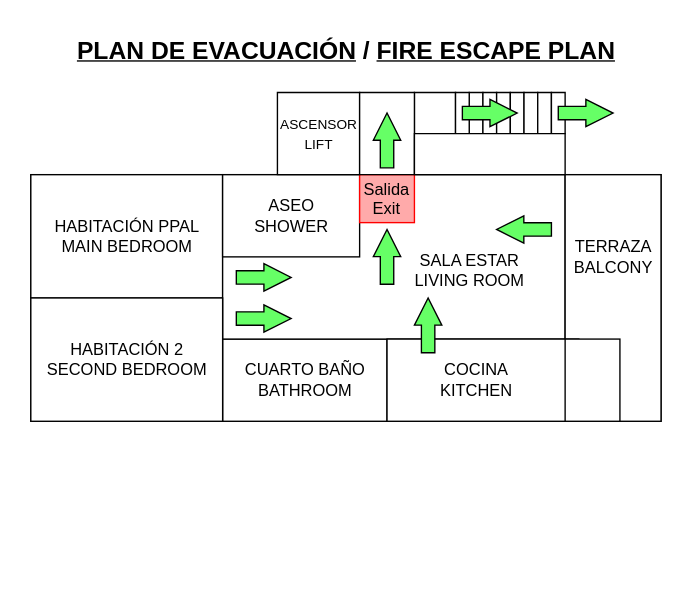
Earlier version of the draw.io diagram plano_emergencia_valido.drawio (KikeMarchuet/Ficheros_Draw.IO). Source tidied: cells renumbered, new cells numbered last; positions are measured from the earlier drawing's top-left corner, leaving out a move shared by most shapes. Both pictures are drawn from the tidied source at 137%, with x=0, y=0 at pixel (30, 23).
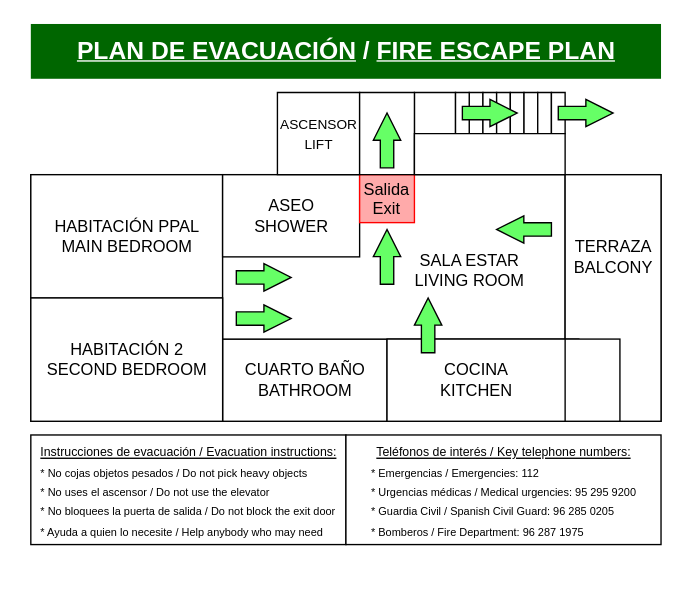
After the change.

Change to the diagram source:
```diff
@@
-    <mxCell id="40" value="&lt;b&gt;&lt;font style=&quot;font-size: 18px;&quot;&gt;&lt;u&gt;PLAN DE EVACUACIÓN&lt;/u&gt; /&amp;nbsp;&lt;/font&gt;&lt;span style=&quot;font-size: 18px;&quot;&gt;&lt;u&gt;FIRE ESCAPE PLAN&lt;/u&gt;&lt;/span&gt;&lt;/b&gt;" style="text;html=1;align=center;verticalAlign=middle;strokeColor=none;fillColor=none;" parent="1" vertex="1">
-      <mxGeometry x="20" width="420" height="40" as="geometry" />
+    <mxCell id="40" value="&lt;b&gt;&lt;font style=&quot;font-size: 18px;&quot;&gt;&amp;nbsp; &amp;nbsp; &lt;span style=&quot;color: rgb(255, 255, 255);&quot;&gt;&lt;u&gt;PLAN DE EVACUACIÓN&lt;/u&gt; /&amp;nbsp;&lt;/span&gt;&lt;/font&gt;&lt;/b&gt;&lt;b&gt;&lt;span style=&quot;font-size: 18px; color: rgb(255, 255, 255);&quot;&gt;&lt;u&gt;FIRE ESCAPE PLAN&lt;/u&gt; &amp;nbsp; &amp;nbsp;&lt;/span&gt;&lt;/b&gt;" style="text;html=1;align=center;verticalAlign=middle;strokeColor=none;fillColor=#006600;" parent="1" vertex="1">
+      <mxGeometry width="460" height="40" as="geometry" />
     </mxCell>
+    <mxCell id="41" style="rounded=0;whiteSpace=wrap;html=1;" parent="1" vertex="1">
+      <mxGeometry y="300" width="230" height="80" as="geometry" />
+    </mxCell>
+    <mxCell id="42" style="rounded=0;whiteSpace=wrap;html=1;" parent="1" vertex="1">
+      <mxGeometry x="230" y="300" width="230" height="80" as="geometry" />
+    </mxCell>
+    <mxCell id="43" value="&lt;font style=&quot;font-size: 9px;&quot;&gt;&lt;u&gt;Instrucciones de evacuación / Evacuation instructions:&lt;/u&gt;&lt;/font&gt;&lt;div&gt;&lt;div style=&quot;text-align: left;&quot;&gt;&lt;font style=&quot;font-size: 8px;&quot;&gt;* No cojas objetos pesados / Do not pick heavy objects&lt;/font&gt;&lt;/div&gt;&lt;div style=&quot;text-align: left;&quot;&gt;&lt;font style=&quot;font-size: 8px;&quot;&gt;* No uses el ascensor / Do not use the elevator&lt;/font&gt;&lt;/div&gt;&lt;div style=&quot;text-align: left;&quot;&gt;&lt;font style=&quot;font-size: 8px;&quot;&gt;* No bloquees la puerta de salida / Do not block the exit door&lt;/font&gt;&lt;/div&gt;&lt;div style=&quot;text-align: left;&quot;&gt;&lt;font style=&quot;font-size: 8px;&quot;&gt;* Ayuda a quien lo necesite / Help anybody who may need&lt;/font&gt;&lt;/div&gt;&lt;div style=&quot;text-align: left;&quot;&gt;&lt;font style=&quot;font-size: 8px;&quot;&gt;&lt;br&gt;&lt;/font&gt;&lt;/div&gt;&lt;div style=&quot;text-align: left;&quot;&gt;&lt;br&gt;&lt;/div&gt;&lt;/div&gt;" style="text;html=1;align=center;verticalAlign=middle;strokeColor=none;fillColor=none;" parent="1" vertex="1">
+      <mxGeometry x="-5" y="300" width="240" height="110" as="geometry" />
+    </mxCell>
+    <mxCell id="44" value="&lt;font style=&quot;font-size: 9px;&quot;&gt;&lt;u&gt;Teléfonos de interés / Key telephone numbers:&lt;/u&gt;&lt;/font&gt;&lt;div&gt;&lt;div style=&quot;text-align: left;&quot;&gt;&lt;font style=&quot;font-size: 8px;&quot;&gt;* Emergencias / Emergencies: 112&lt;/font&gt;&lt;/div&gt;&lt;div style=&quot;text-align: left;&quot;&gt;&lt;font style=&quot;font-size: 8px;&quot;&gt;* Urgencias médicas / Medical urgencies: 95 295 9200&lt;/font&gt;&lt;/div&gt;&lt;div style=&quot;text-align: left;&quot;&gt;&lt;font style=&quot;font-size: 8px;&quot;&gt;* Guardia Civil / Spanish Civil Guard: 96 285 0205&lt;/font&gt;&lt;/div&gt;&lt;div style=&quot;text-align: left;&quot;&gt;&lt;font style=&quot;font-size: 8px;&quot;&gt;* Bomberos / Fire Department: 96 287 1975&lt;/font&gt;&lt;/div&gt;&lt;div style=&quot;text-align: left;&quot;&gt;&lt;font style=&quot;font-size: 8px;&quot;&gt;&lt;br&gt;&lt;/font&gt;&lt;/div&gt;&lt;div style=&quot;text-align: left;&quot;&gt;&lt;br&gt;&lt;/div&gt;&lt;/div&gt;" style="text;html=1;align=center;verticalAlign=middle;strokeColor=none;fillColor=none;" parent="1" vertex="1">
+      <mxGeometry x="235" y="300" width="220" height="110" as="geometry" />
+    </mxCell>
```
